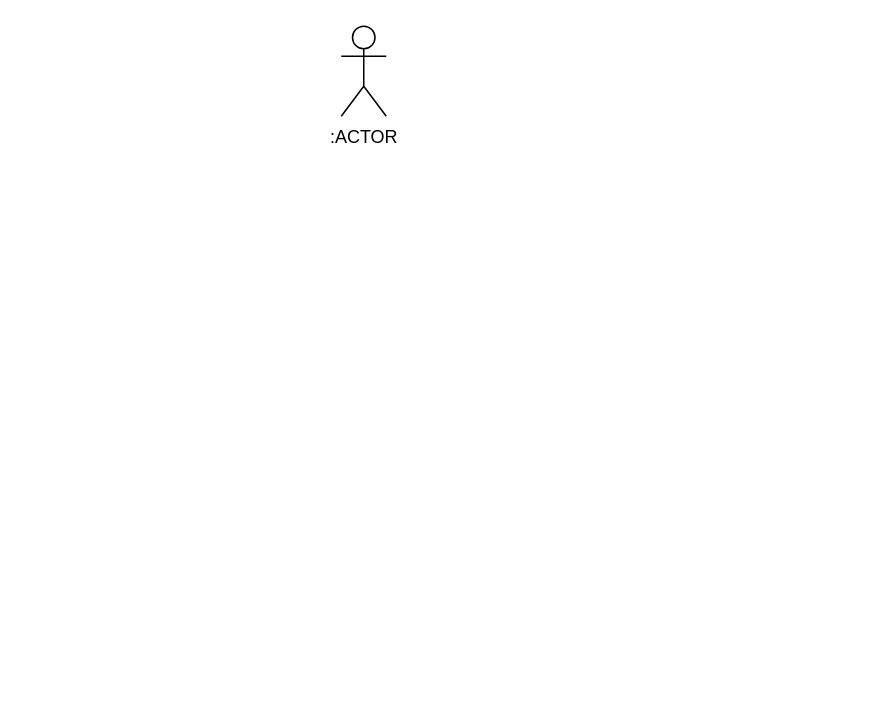
The draw.io diagram diagramme1.drawio in aymankr/clock-mvc, before the edit. Source tidied: cells renumbered, new cells numbered last; positions are measured from the earlier drawing's top-left corner, leaving out a move shared by most shapes. Both pictures are drawn from the tidied source at 150%, with x=0, y=0 at pixel (340, 26).
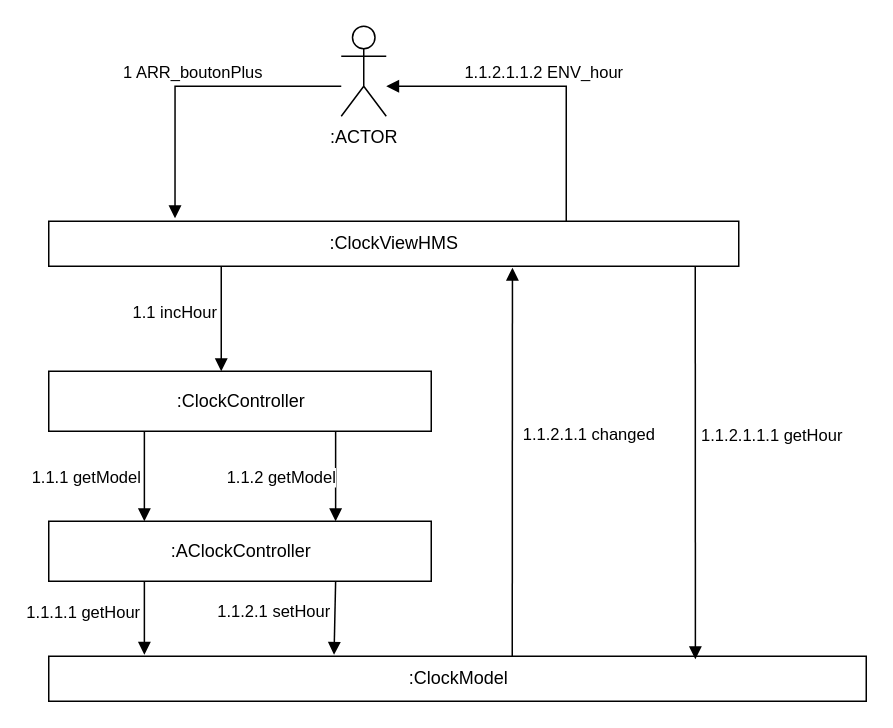
The same page after the edit.

The change refers to these unchanged cells:
```xml
<mxCell id="2" value=":ACTOR" style="shape=umlActor;verticalLabelPosition=bottom;verticalAlign=top;html=1;" parent="1" vertex="1">
  <mxGeometry width="30" height="60" as="geometry" />
</mxCell>
```

Change to the diagram source:
```diff
@@
+    <mxCell id="3" value=":ClockViewHMS" style="html=1;" parent="1" vertex="1">
+      <mxGeometry x="-195" y="130" width="460" height="30" as="geometry" />
+    </mxCell>
+    <mxCell id="4" value="1 ARR_boutonPlus" style="html=1;verticalAlign=bottom;endArrow=block;rounded=0;entryX=0.183;entryY=-0.067;entryDx=0;entryDy=0;entryPerimeter=0;edgeStyle=orthogonalEdgeStyle;" parent="1" edge="1" source="2" target="3">
+      <mxGeometry relative="1" as="geometry">
+        <Array as="points">
+          <mxPoint x="-111" y="40" />
+        </Array>
+      </mxGeometry>
+    </mxCell>
+    <mxCell id="5" value=":ClockController" style="html=1;" parent="1" vertex="1">
+      <mxGeometry x="-195" y="230" width="255" height="40" as="geometry" />
+    </mxCell>
+    <mxCell id="6" value="1.1 incHour" style="html=1;verticalAlign=bottom;endArrow=block;rounded=0;exitX=0.25;exitY=1;exitDx=0;exitDy=0;" parent="1" edge="1" source="3">
+      <mxGeometry x="0.13" y="-31" relative="1" as="geometry">
+        <mxPoint x="-80" y="230" as="targetPoint" />
+      </mxGeometry>
+    </mxCell>
+    <mxCell id="7" value=":ClockModel" style="html=1;" parent="1" vertex="1">
+      <mxGeometry x="-195" y="420" width="545" height="30" as="geometry" />
+    </mxCell>
+    <mxCell id="8" value=":AClockController" style="html=1;" parent="1" vertex="1">
+      <mxGeometry x="-195" y="330" width="255" height="40" as="geometry" />
+    </mxCell>
+    <mxCell id="9" value="1.1.1 getModel" style="html=1;verticalAlign=bottom;endArrow=none;rounded=0;exitX=0.25;exitY=0;exitDx=0;exitDy=0;entryX=0.25;entryY=1;entryDx=0;entryDy=0;startArrow=block;startFill=1;endFill=0;" parent="1" edge="1" source="8" target="5">
+      <mxGeometry x="-0.33" y="39" relative="1" as="geometry" />
+    </mxCell>
+    <mxCell id="10" value="1.1.1.1 getHour" style="html=1;verticalAlign=bottom;endArrow=block;rounded=0;entryX=0.117;entryY=-0.033;entryDx=0;entryDy=0;exitX=0.25;exitY=1;exitDx=0;exitDy=0;entryPerimeter=0;" parent="1" edge="1" source="8" target="7">
+      <mxGeometry x="0.21" y="-41" relative="1" as="geometry" />
+    </mxCell>
+    <mxCell id="11" value="1.1.2 getModel" style="html=1;verticalAlign=bottom;endArrow=none;rounded=0;exitX=0.75;exitY=0;exitDx=0;exitDy=0;entryX=0.75;entryY=1;entryDx=0;entryDy=0;startArrow=block;startFill=1;endFill=0;" parent="1" edge="1" source="8" target="5">
+      <mxGeometry x="-0.33" y="36" relative="1" as="geometry" />
+    </mxCell>
+    <mxCell id="12" value="1.1.2.1 setHour" style="html=1;verticalAlign=bottom;endArrow=block;rounded=0;exitX=0.75;exitY=1;exitDx=0;exitDy=0;entryX=0.349;entryY=-0.033;entryDx=0;entryDy=0;entryPerimeter=0;" parent="1" edge="1" source="8" target="7">
+      <mxGeometry x="0.21" y="-41" relative="1" as="geometry" />
+    </mxCell>
+    <mxCell id="13" value="1.1.2.1.1 changed" style="html=1;verticalAlign=bottom;endArrow=block;rounded=0;entryX=0.672;entryY=1.033;entryDx=0;entryDy=0;entryPerimeter=0;" parent="1" edge="1" target="3">
+      <mxGeometry x="0.07" y="-51" relative="1" as="geometry">
+        <mxPoint x="114" y="420" as="sourcePoint" />
+      </mxGeometry>
+    </mxCell>
+    <mxCell id="14" value="1.1.2.1.1.1 getHour" style="html=1;verticalAlign=bottom;endArrow=none;rounded=0;exitX=0.791;exitY=0.067;exitDx=0;exitDy=0;exitPerimeter=0;startArrow=block;startFill=1;endFill=0;" parent="1" edge="1" source="7">
+      <mxGeometry x="0.07" y="-51" relative="1" as="geometry">
+        <mxPoint x="236" y="160" as="targetPoint" />
+      </mxGeometry>
+    </mxCell>
+    <mxCell id="15" value="1.1.2.1.1.2 ENV_hour" style="html=1;verticalAlign=bottom;endArrow=block;rounded=0;exitX=0.75;exitY=0;exitDx=0;exitDy=0;edgeStyle=orthogonalEdgeStyle;" parent="1" edge="1" source="3" target="2">
+      <mxGeometry relative="1" as="geometry">
+        <Array as="points">
+          <mxPoint x="150" y="40" />
+        </Array>
+      </mxGeometry>
+    </mxCell>
```
